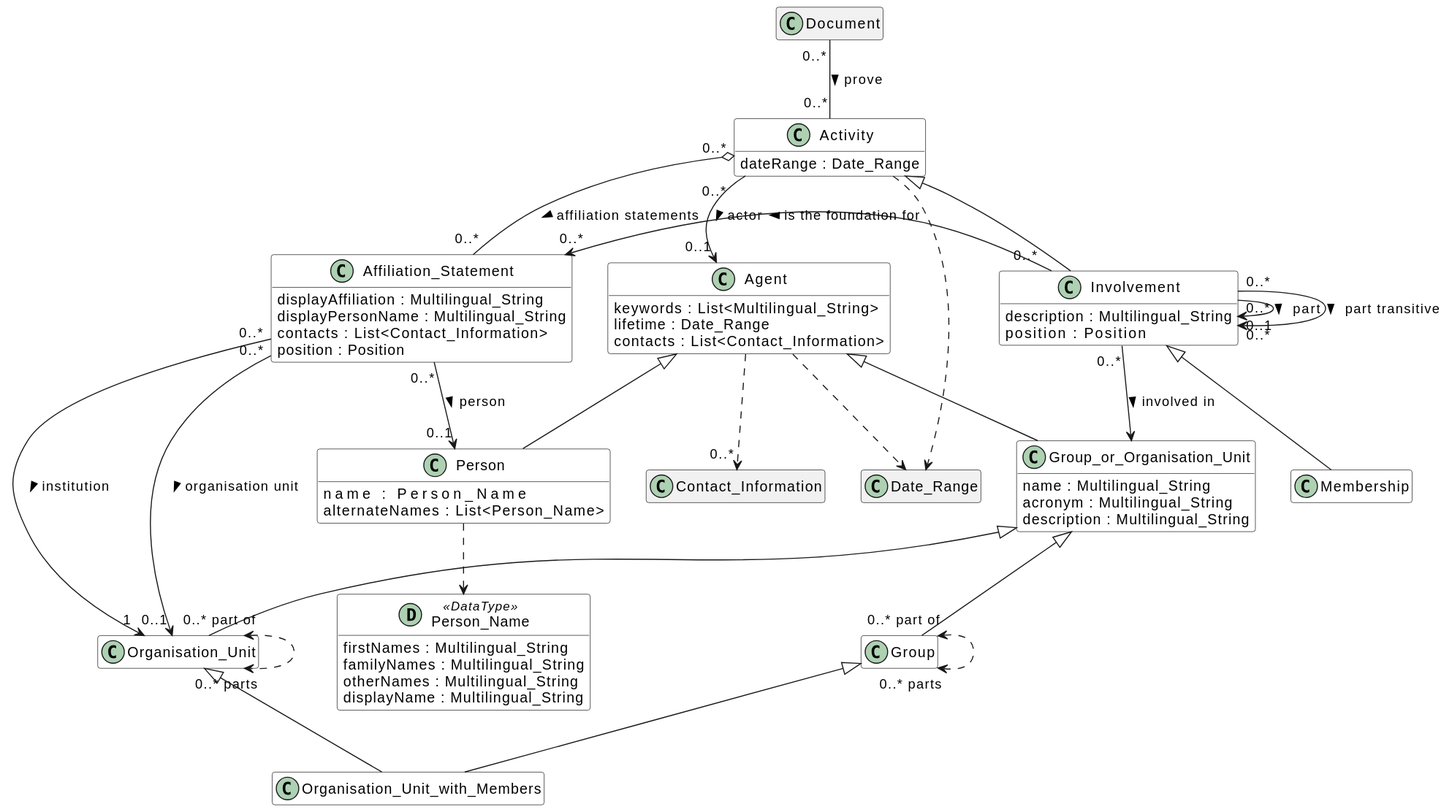
Before: diagrams/membership.svg, a diagram exported from PlantUML (EuroCRIS/CERIF-Core).
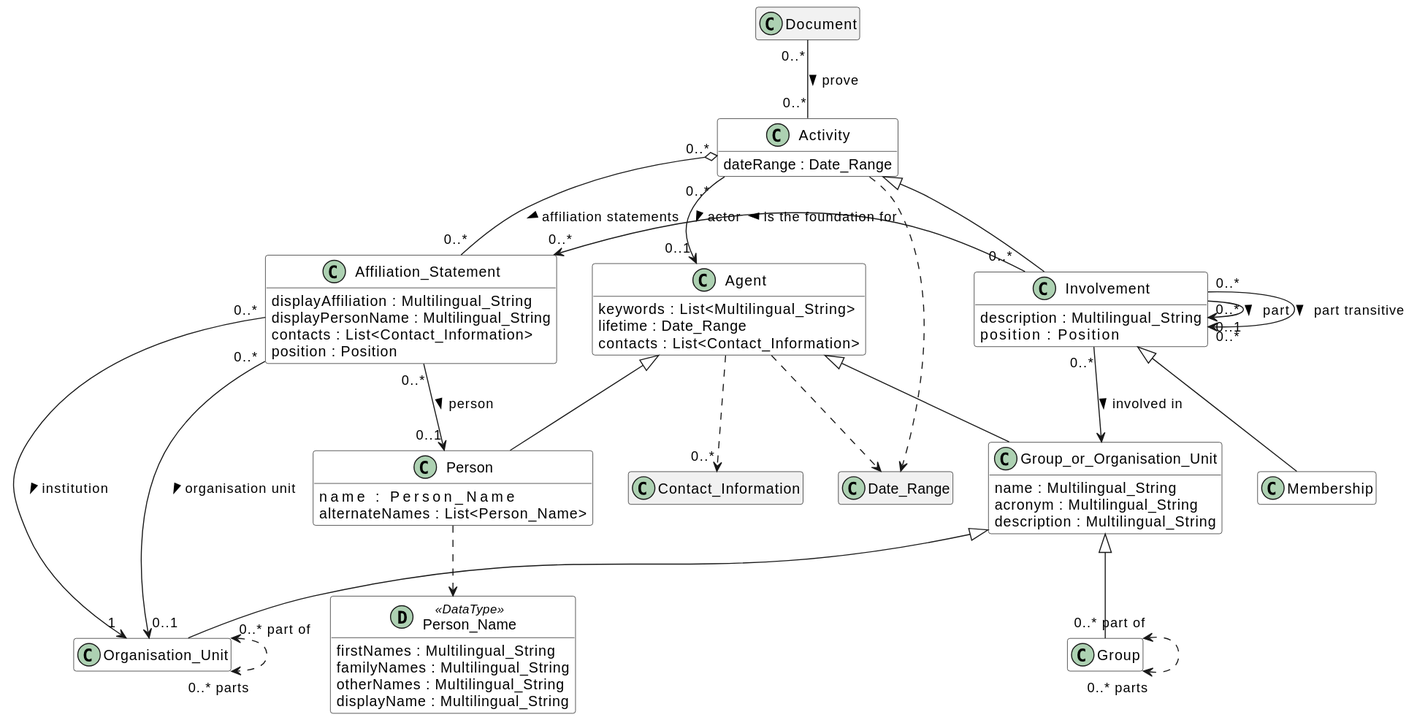
The same diagram one commit later.

Diff of the diagram source:
```diff
@@ -6,7 +6,6 @@
     !includesub core.puml!Person
     !includesub core.puml!Group
     !includesub core.puml!Organisation_Unit
-    !includesub core.puml!Organisation_Unit_with_Members
     !includesub core.puml!Group_or_Organisation_Unit
     !includesub core.puml!Involvement
     !includesub core.puml!Affiliation_Statement
```
